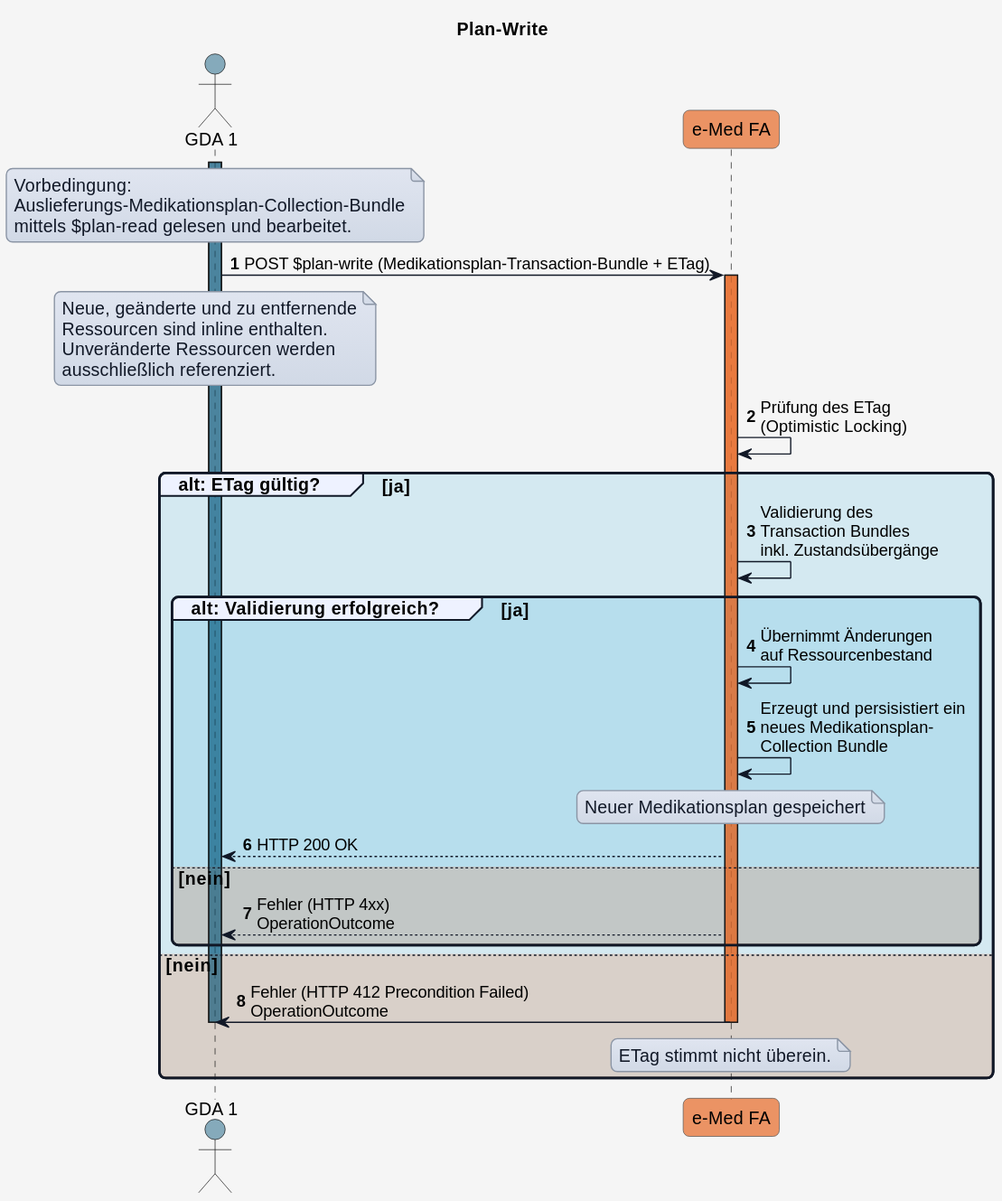
The PlantUML diagram r4-ELGA-e-Medikation-main/plantuml/UC_eMed_02_01.svg in HL7Austria/hl7austria.github.io, before a commit. Its diagram source:
```plantuml
@startuml
title Plan-Write


skinparam borderColor #000000
skinparam backgroundColor #f5f5f5
skinparam shadowing false
skinparam roundCorner 10
skinparam defaultFontName "Arial"
skinparam defaultFontSize 14
skinparam defaultFontColor #000000
skinparam HyperlinkColor #0000EE
skinparam HyperlinkUnderline false
skinparam BoxPadding 20
skinparam BoxBorderColor #555555

skinparam note {
  BackgroundColor #e0e5f0-#d1d9e6
  BorderColor #8b95a5
  BorderThickness 1
  RoundCorner 0
  Padding 6
  FontColor #111827
  Shadowing false
}

skinparam sequence {
  ParticipantBorderColor #555555
  ParticipantBackgroundColor #ffffff
  ParticipantFontColor #000000
  ParticipantFontSize 14
  ParticipantPadding 20
  ArrowColor #111827
  ArrowThickness 1
  ArrowFontColor #000000
  ArrowFontSize 13
  GroupBorderColor #111827
  GroupBackgroundColor #eef2ff
  GroupBorderThickness 2
}

!define COLOR_GDA_1    #15608280
!define COLOR_GDA_2    #96607D80
!define COLOR_PATIENT  #196B2480
!define COLOR_APO      #0F9ED590
!define COLOR_EMED_FA  #e97232bd
!define COLOR_E_REZEPT #cd3732a9

!define COLOR_OK       #0F9ED525
!define COLOR_ERROR    #E9713235

actor GDA_1 as "GDA 1" COLOR_GDA_1
participant eMed_FA as "e-Med FA" COLOR_EMED_FA


autonumber

activate GDA_1 COLOR_GDA_1

note over GDA_1
Vorbedingung:
Auslieferungs-Medikationsplan-Collection-Bundle
mittels $plan-read gelesen und bearbeitet.
end note


GDA_1 -> eMed_FA: POST $plan-write (Medikationsplan-Transaction-Bundle + ETag)

activate eMed_FA COLOR_EMED_FA
note over GDA_1
Neue, geänderte und zu entfernende
Ressourcen sind inline enthalten.
Unveränderte Ressourcen werden
ausschließlich referenziert.
end note

eMed_FA -> eMed_FA: Prüfung des ETag\n(Optimistic Locking)

group COLOR_OK alt: ETag gültig? [ja]

  eMed_FA -> eMed_FA: Validierung des\nTransaction Bundles\ninkl. Zustandsübergänge

  group COLOR_OK alt: Validierung erfolgreich? [ja]

    eMed_FA -> eMed_FA: Übernimmt Änderungen\nauf Ressourcenbestand
    eMed_FA -> eMed_FA: Erzeugt und persisistiert ein\nneues Medikationsplan-\nCollection Bundle

    note over eMed_FA
    Neuer Medikationsplan gespeichert
    end note

    eMed_FA --> GDA_1: HTTP 200 OK

  else COLOR_ERROR nein

   eMed_FA --> GDA_1: Fehler (HTTP 4xx)\nOperationOutcome

   end

else COLOR_ERROR nein

  eMed_FA -> GDA_1: Fehler (HTTP 412 Precondition Failed)\nOperationOutcome

    note over eMed_FA
    ETag stimmt nicht überein.
    end note

  deactivate GDA_1
  deactivate eMed_FA
end
@enduml
```
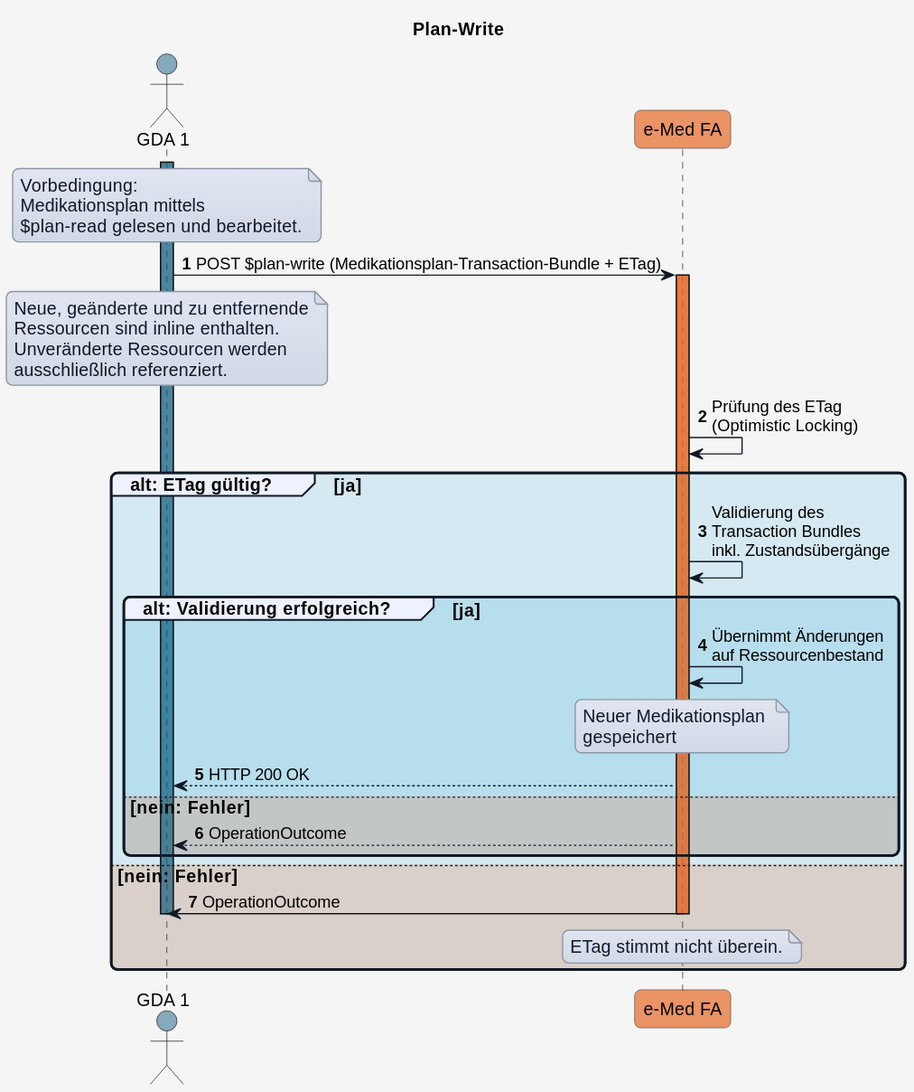
After the commit.

What changed in the source:
```diff
@@ -59,10 +59,9 @@
 
 note over GDA_1
 Vorbedingung:
-Auslieferungs-Medikationsplan-Collection-Bundle
-mittels $plan-read gelesen und bearbeitet.
+Medikationsplan mittels
+$plan-read gelesen und bearbeitet.
 end note
-
 
 GDA_1 -> eMed_FA: POST $plan-write (Medikationsplan-Transaction-Bundle + ETag)
 
@@ -83,23 +82,23 @@
   group COLOR_OK alt: Validierung erfolgreich? [ja]
 
     eMed_FA -> eMed_FA: Übernimmt Änderungen\nauf Ressourcenbestand
-    eMed_FA -> eMed_FA: Erzeugt und persisistiert ein\nneues Medikationsplan-\nCollection Bundle
 
     note over eMed_FA
-    Neuer Medikationsplan gespeichert
+    Neuer Medikationsplan
+    gespeichert
     end note
 
     eMed_FA --> GDA_1: HTTP 200 OK
 
-  else COLOR_ERROR nein
+  else COLOR_ERROR nein: Fehler
 
-   eMed_FA --> GDA_1: Fehler (HTTP 4xx)\nOperationOutcome
+   eMed_FA --> GDA_1: OperationOutcome
 
    end
 
-else COLOR_ERROR nein
+else COLOR_ERROR nein: Fehler
 
-  eMed_FA -> GDA_1: Fehler (HTTP 412 Precondition Failed)\nOperationOutcome
+  eMed_FA -> GDA_1: OperationOutcome
 
     note over eMed_FA
     ETag stimmt nicht überein.
```
